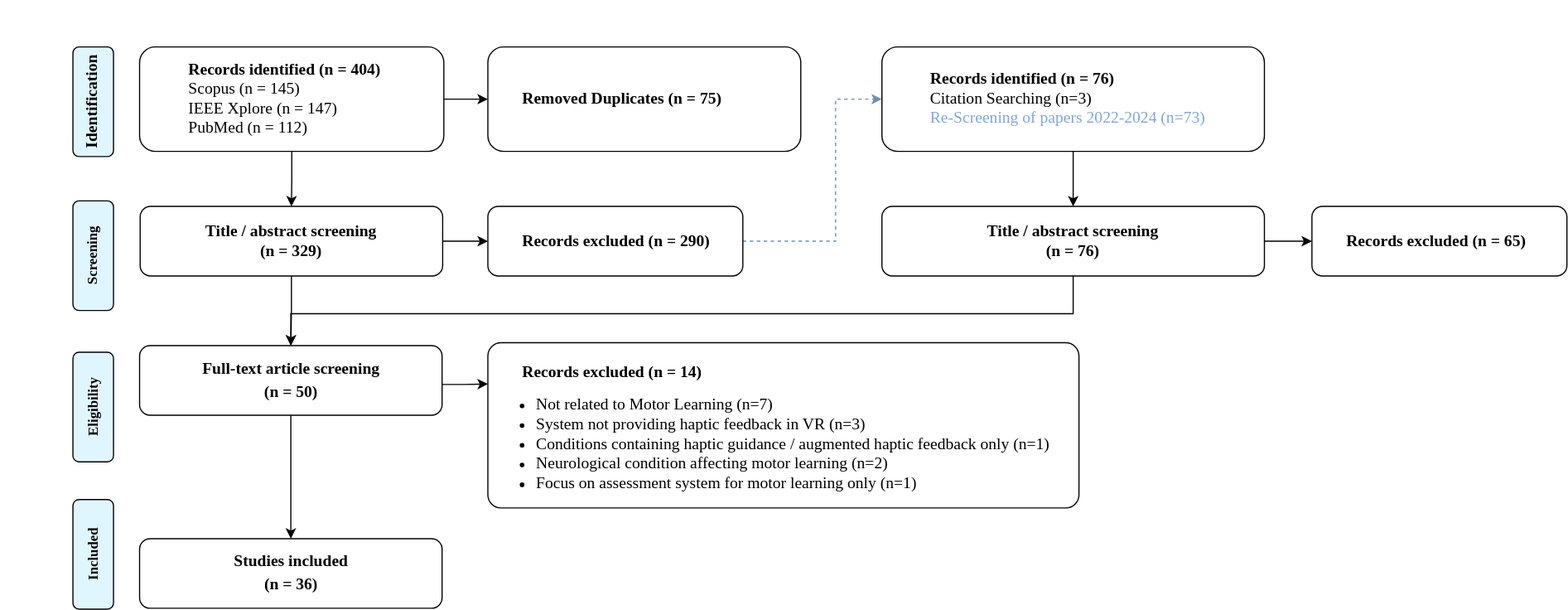
Hobsyllvin/Literature-Research-Master-Thesis keeps this draw.io diagram as figures/prisma_overview.svg. Above is the earlier version. Source tidied: cells renumbered, new cells last; positions are measured from the earlier drawing's top-left corner, leaving out a move shared by most shapes.
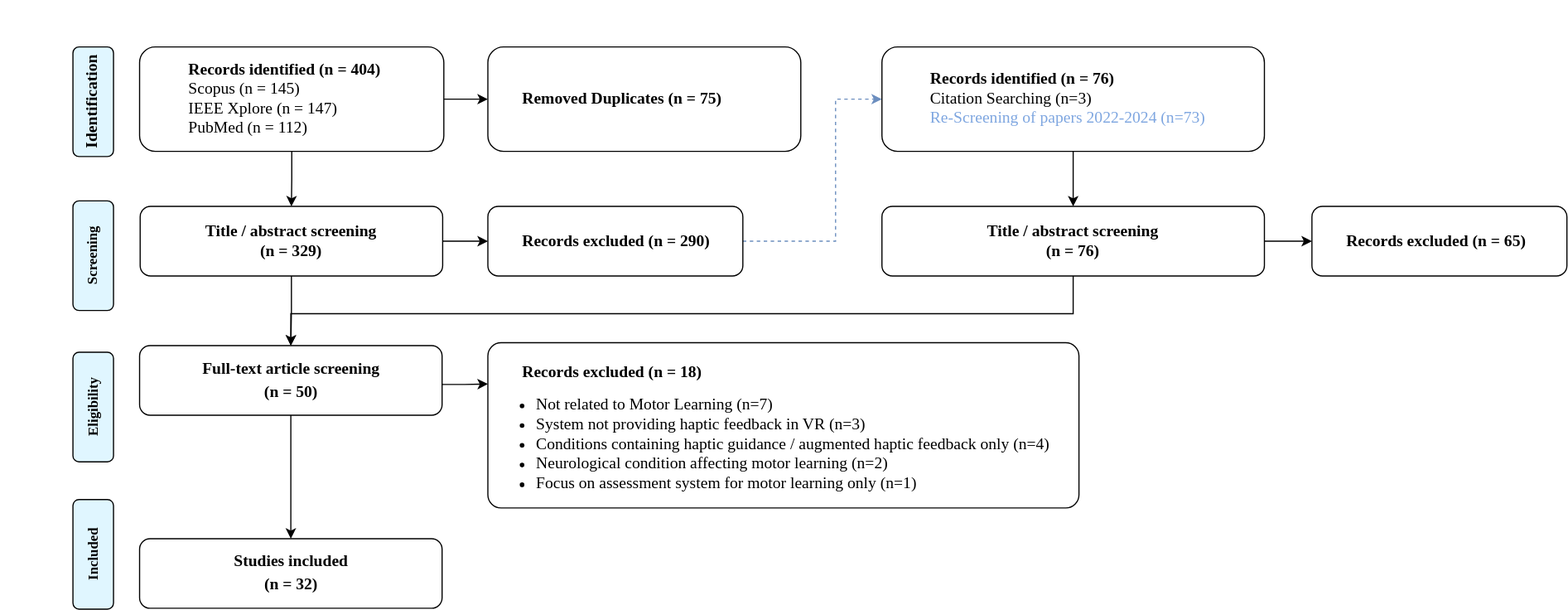
The same file after the commit.

Commit message:
Adjusted exclusion for haptic guidance

Diff of the diagram source:
```diff
@@ -45,10 +45,10 @@
     <mxCell id="12" value="&lt;div align=&quot;left&quot;&gt;&lt;div&gt;&lt;font&gt;&lt;b&gt;&lt;font style=&quot;font-size: 14px;&quot;&gt;&lt;span style=&quot;white-space: pre;&quot;&gt;&#9;&lt;/span&gt;Records excluded (n = 290)&lt;/font&gt;&lt;/b&gt;&lt;/font&gt;&lt;/div&gt;&lt;/div&gt;" style="rounded=1;whiteSpace=wrap;html=1;fontSize=12;glass=0;strokeWidth=1;shadow=0;align=left;fontFamily=Times New Roman;" parent="1" vertex="1">
       <mxGeometry x="420" y="177.5" width="220" height="60" as="geometry" />
     </mxCell>
-    <mxCell id="13" value="&lt;div align=&quot;justify&quot;&gt;&lt;b&gt;&lt;font style=&quot;font-size: 14px;&quot;&gt;&lt;span style=&quot;white-space: pre;&quot;&gt;&#9;&lt;/span&gt;&lt;br&gt;&lt;span style=&quot;white-space: pre;&quot;&gt;&#9;&lt;/span&gt;Records excluded (n = 14)&lt;/font&gt;&lt;/b&gt;&lt;/div&gt;&lt;div align=&quot;justify&quot;&gt;&lt;ul&gt;&lt;li&gt;&lt;font style=&quot;font-size: 14px;&quot;&gt;Not related to Motor Learning&lt;/font&gt;&lt;font style=&quot;font-size: 14px;&quot;&gt; (n=7)&lt;/font&gt;&lt;/li&gt;&lt;li&gt;&lt;font style=&quot;font-size: 14px;&quot;&gt;System not providing haptic feedback in VR (n=3)&lt;/font&gt;&lt;/li&gt;&lt;li&gt;&lt;font style=&quot;font-size: 14px;&quot;&gt;Conditions containing haptic guidance / augmented haptic feedback only (n=1)&lt;br&gt;&lt;/font&gt;&lt;/li&gt;&lt;li&gt;&lt;font style=&quot;font-size: 14px;&quot;&gt;Neurological condition affecting motor learning (n=2)&lt;br&gt;&lt;/font&gt;&lt;/li&gt;&lt;li&gt;&lt;font style=&quot;font-size: 14px;&quot;&gt;Focus on assessment system for motor learning only (n=1)&lt;br&gt;&lt;/font&gt;&lt;/li&gt;&lt;/ul&gt;&lt;/div&gt;" style="rounded=1;whiteSpace=wrap;html=1;fontSize=12;glass=0;strokeWidth=1;shadow=0;align=left;fontFamily=Times New Roman;rotation=0;arcSize=8;" parent="1" vertex="1">
+    <mxCell id="13" value="&lt;div align=&quot;justify&quot;&gt;&lt;b&gt;&lt;font style=&quot;font-size: 14px;&quot;&gt;&lt;span style=&quot;white-space: pre;&quot;&gt;&#9;&lt;/span&gt;&lt;br&gt;&lt;span style=&quot;white-space: pre;&quot;&gt;&#9;&lt;/span&gt;Records excluded (n = 18)&lt;/font&gt;&lt;/b&gt;&lt;/div&gt;&lt;div align=&quot;justify&quot;&gt;&lt;ul&gt;&lt;li&gt;&lt;font style=&quot;font-size: 14px;&quot;&gt;Not related to Motor Learning&lt;/font&gt;&lt;font style=&quot;font-size: 14px;&quot;&gt; (n=7)&lt;/font&gt;&lt;/li&gt;&lt;li&gt;&lt;font style=&quot;font-size: 14px;&quot;&gt;System not providing haptic feedback in VR (n=3)&lt;/font&gt;&lt;/li&gt;&lt;li&gt;&lt;font style=&quot;font-size: 14px;&quot;&gt;Conditions containing haptic guidance / augmented haptic feedback only (n=4)&lt;br&gt;&lt;/font&gt;&lt;/li&gt;&lt;li&gt;&lt;font style=&quot;font-size: 14px;&quot;&gt;Neurological condition affecting motor learning (n=2)&lt;br&gt;&lt;/font&gt;&lt;/li&gt;&lt;li&gt;&lt;font style=&quot;font-size: 14px;&quot;&gt;Focus on assessment system for motor learning only (n=1)&lt;br&gt;&lt;/font&gt;&lt;/li&gt;&lt;/ul&gt;&lt;/div&gt;" style="rounded=1;whiteSpace=wrap;html=1;fontSize=12;glass=0;strokeWidth=1;shadow=0;align=left;fontFamily=Times New Roman;rotation=0;arcSize=8;" parent="1" vertex="1">
       <mxGeometry x="420" y="295" width="510" height="142.5" as="geometry" />
     </mxCell>
-    <mxCell id="14" value="&lt;div&gt;&lt;font style=&quot;font-size: 14px;&quot;&gt;&lt;b&gt;&lt;font&gt;Studies included&lt;/font&gt;&lt;/b&gt;&lt;/font&gt;&lt;/div&gt;&lt;div&gt;&lt;b&gt;&lt;font style=&quot;font-size: 14px;&quot;&gt;(n = 36)&lt;/font&gt;&lt;font size=&quot;3&quot;&gt;&lt;br&gt;&lt;/font&gt;&lt;/b&gt;&lt;/div&gt;" style="rounded=1;whiteSpace=wrap;html=1;fontSize=12;glass=0;strokeWidth=1;shadow=0;fontFamily=Times New Roman;" parent="1" vertex="1">
+    <mxCell id="14" value="&lt;div&gt;&lt;font style=&quot;font-size: 14px;&quot;&gt;&lt;b&gt;&lt;font&gt;Studies included&lt;/font&gt;&lt;/b&gt;&lt;/font&gt;&lt;/div&gt;&lt;div&gt;&lt;b&gt;&lt;font style=&quot;font-size: 14px;&quot;&gt;(n = 32)&lt;/font&gt;&lt;font size=&quot;3&quot;&gt;&lt;br&gt;&lt;/font&gt;&lt;/b&gt;&lt;/div&gt;" style="rounded=1;whiteSpace=wrap;html=1;fontSize=12;glass=0;strokeWidth=1;shadow=0;fontFamily=Times New Roman;" parent="1" vertex="1">
       <mxGeometry x="119.5" y="464" width="261" height="60" as="geometry" />
     </mxCell>
     <mxCell id="15" value="&lt;div align=&quot;left&quot;&gt;&lt;font style=&quot;font-size: 14px;&quot;&gt;&lt;b&gt;&lt;span style=&quot;white-space: pre;&quot;&gt;&#9;&lt;/span&gt;Removed Duplicates (n = 75)&lt;/b&gt;&lt;/font&gt;&lt;/div&gt;" style="rounded=1;whiteSpace=wrap;html=1;fontSize=12;glass=0;strokeWidth=1;shadow=0;align=left;fontFamily=Times New Roman;" parent="1" vertex="1">
```
